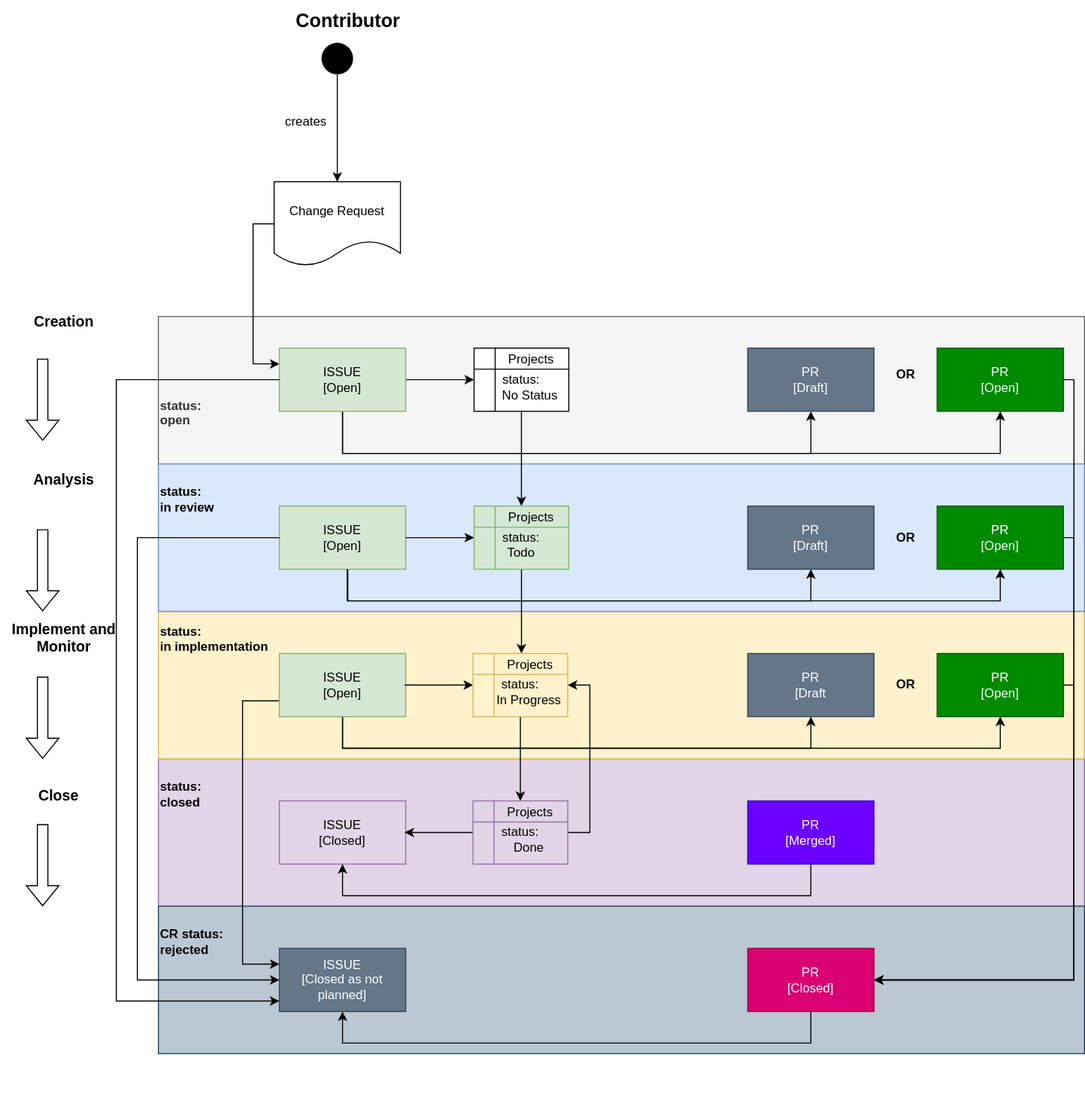
The draw.io diagram main/_images/score_change_request_workflow_simple.drawio.svg in PiotrKorkus/reference_integration, before a commit. Source tidied: cells renumbered, new cells last; positions are measured from the earlier drawing's top-left corner, leaving out a move shared by most shapes.
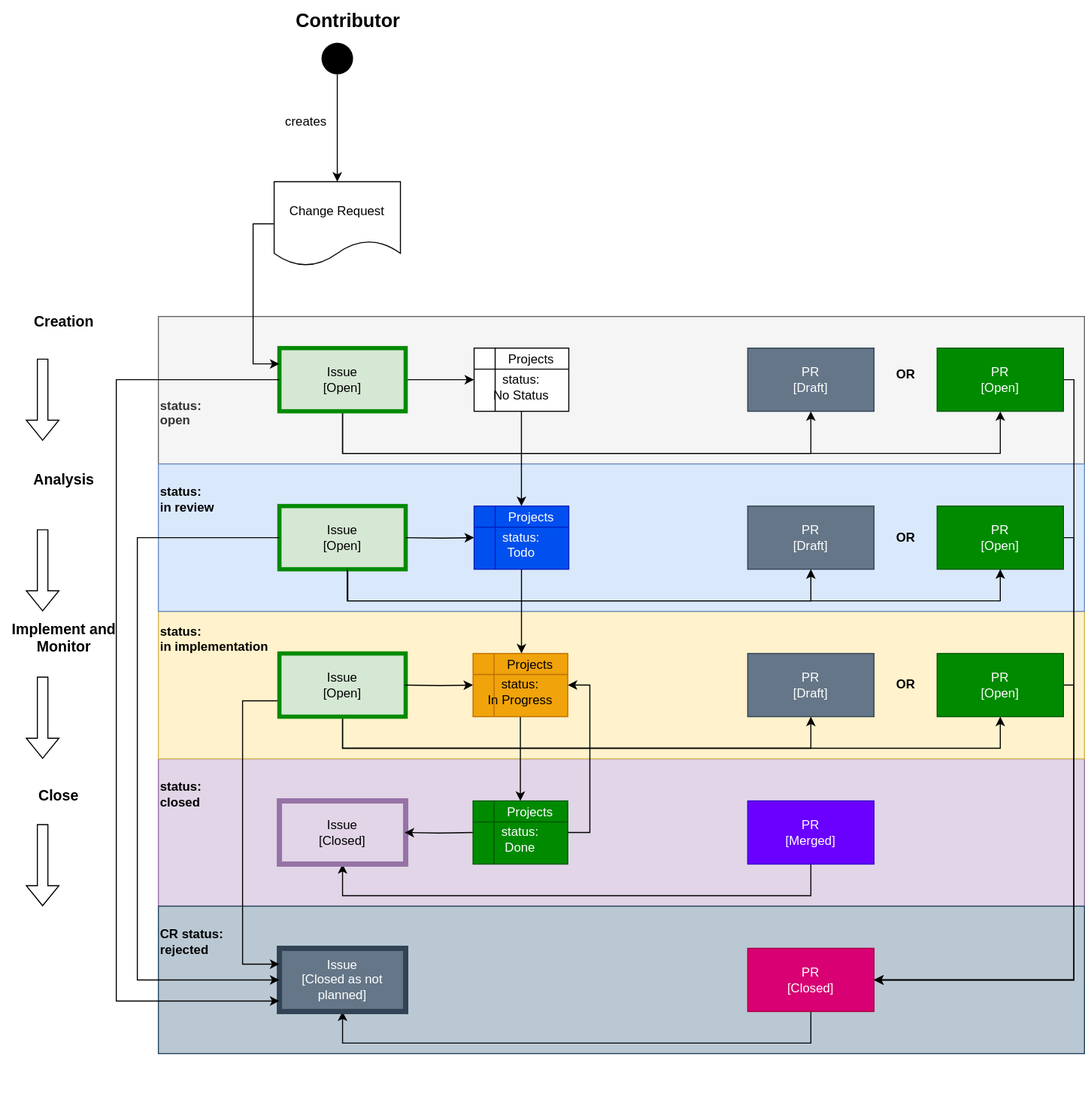
Later version of the same file.

The edit, as a diff of the source:
```diff
@@ -33,7 +33,7 @@
         </Array>
       </mxGeometry>
     </mxCell>
-    <mxCell id="9" value="ISSUE&lt;br&gt;[Open]" style="rounded=0;whiteSpace=wrap;html=1;fillColor=#d5e8d4;strokeColor=#82b366;" parent="1" vertex="1">
+    <mxCell id="9" value="Issue&lt;br&gt;[Open]" style="rounded=0;whiteSpace=wrap;html=1;fillColor=#d5e8d4;strokeColor=#008A00;strokeWidth=4;" parent="1" vertex="1">
       <mxGeometry x="265" y="330" width="120" height="60" as="geometry" />
     </mxCell>
     <mxCell id="10" style="edgeStyle=orthogonalEdgeStyle;rounded=0;jettySize=auto;html=1;exitX=0.5;exitY=1;exitDx=0;exitDy=0;entryX=0.5;entryY=0;entryDx=0;entryDy=0;" parent="1" edge="1" source="12" target="15">
@@ -62,7 +62,7 @@
         </Array>
       </mxGeometry>
     </mxCell>
-    <mxCell id="17" value="ISSUE&lt;br&gt;[Closed]" style="rounded=0;whiteSpace=wrap;html=1;fillColor=#e1d5e7;strokeColor=#9673a6;" parent="1" vertex="1">
+    <mxCell id="17" value="Issue&lt;br&gt;[Closed]" style="rounded=0;whiteSpace=wrap;html=1;fillColor=#e1d5e7;strokeColor=#9673a6;strokeWidth=5;" parent="1" vertex="1">
       <mxGeometry x="265" y="760" width="120" height="60" as="geometry" />
     </mxCell>
     <mxCell id="18" style="edgeStyle=orthogonalEdgeStyle;rounded=0;jettySize=auto;html=1;entryX=0.5;entryY=1;entryDx=0;entryDy=0;" parent="1" edge="1" source="19" target="57">
@@ -73,7 +73,7 @@
         </Array>
       </mxGeometry>
     </mxCell>
-    <mxCell id="19" value="ISSUE&lt;br&gt;[Open]" style="rounded=0;whiteSpace=wrap;html=1;fillColor=#d5e8d4;strokeColor=#82b366;" parent="1" vertex="1">
+    <mxCell id="19" value="Issue&lt;br&gt;[Open]" style="rounded=0;whiteSpace=wrap;html=1;fillColor=#d5e8d4;strokeColor=#008A00;strokeWidth=4;" parent="1" vertex="1">
       <mxGeometry x="265" y="480" width="120" height="60" as="geometry" />
     </mxCell>
     <mxCell id="20" value="&lt;br&gt;&lt;br&gt;&lt;br&gt;&lt;br&gt;&lt;br&gt;CR status:&lt;br&gt;rejected&lt;br&gt;&lt;br&gt;&lt;br&gt;&lt;br&gt;&lt;br&gt;&lt;br&gt;&lt;br&gt;&lt;br&gt;&lt;br&gt;&lt;br&gt;&lt;div style=&quot;&quot;&gt;&lt;br&gt;&lt;/div&gt;" style="rounded=0;whiteSpace=wrap;html=1;fillColor=#bac8d3;strokeColor=#23445d;align=left;fontStyle=1;" parent="1" vertex="1">
@@ -87,7 +87,7 @@
         </Array>
       </mxGeometry>
     </mxCell>
-    <mxCell id="22" value="ISSUE&lt;br&gt;[Closed as not planned]" style="rounded=0;whiteSpace=wrap;html=1;fillColor=#647687;strokeColor=#314354;fontColor=#ffffff;" parent="1" vertex="1">
+    <mxCell id="22" value="Issue&lt;br&gt;[Closed as not planned]" style="rounded=0;whiteSpace=wrap;html=1;fillColor=#647687;strokeColor=#314354;fontColor=#ffffff;strokeWidth=5;" parent="1" vertex="1">
       <mxGeometry x="265" y="900" width="120" height="60" as="geometry" />
     </mxCell>
     <mxCell id="23" style="edgeStyle=orthogonalEdgeStyle;rounded=0;jettySize=auto;html=1;entryX=0.371;entryY=0.133;entryDx=0;entryDy=0;entryPerimeter=0;" parent="1" edge="1" source="24" target="29">
@@ -107,10 +107,10 @@
     <mxCell id="27" style="edgeStyle=orthogonalEdgeStyle;rounded=0;jettySize=auto;html=1;entryX=0.386;entryY=0.133;entryDx=0;entryDy=0;entryPerimeter=0;" parent="1" edge="1" source="28" target="37">
       <mxGeometry relative="1" as="geometry" />
     </mxCell>
-    <mxCell id="28" value="&lt;br&gt;status:&lt;br&gt;Todo" style="shape=internalStorage;whiteSpace=wrap;html=1;backgroundOutline=1;fillColor=#d5e8d4;strokeColor=#82b366;" parent="1" vertex="1">
+    <mxCell id="28" value="&lt;br&gt;status:&lt;br&gt;Todo" style="shape=internalStorage;whiteSpace=wrap;html=1;backgroundOutline=1;fillColor=#0050ef;strokeColor=#001DBC;fontColor=#ffffff;" parent="1" vertex="1">
       <mxGeometry x="450" y="480" width="90" height="60" as="geometry" />
     </mxCell>
-    <mxCell id="29" value="Projects" style="text;html=1;align=center;verticalAlign=middle;points=[];strokeColor=none;fillColor=none;" parent="1" vertex="1">
+    <mxCell id="29" value="Projects" style="text;html=1;align=center;verticalAlign=middle;points=[];strokeColor=none;fillColor=none;fontColor=#FFFFFF;" parent="1" vertex="1">
       <mxGeometry x="469" y="476" width="70" height="30" as="geometry" />
     </mxCell>
     <mxCell id="30" style="edgeStyle=orthogonalEdgeStyle;rounded=0;jettySize=auto;html=1;entryX=0;entryY=0.25;entryDx=0;entryDy=0;exitX=0;exitY=0.75;exitDx=0;exitDy=0;" parent="1" edge="1" source="33" target="22">
@@ -137,7 +137,7 @@
         </Array>
       </mxGeometry>
     </mxCell>
-    <mxCell id="33" value="ISSUE&lt;br&gt;[Open]" style="rounded=0;whiteSpace=wrap;html=1;fillColor=#d5e8d4;strokeColor=#82b366;" parent="1" vertex="1">
+    <mxCell id="33" value="Issue&lt;br&gt;[Open]" style="rounded=0;whiteSpace=wrap;html=1;fillColor=#d5e8d4;strokeColor=#008A00;strokeWidth=4;" parent="1" vertex="1">
       <mxGeometry x="265" y="620" width="120" height="60" as="geometry" />
     </mxCell>
     <mxCell id="34" style="edgeStyle=orthogonalEdgeStyle;rounded=0;jettySize=auto;html=1;" parent="1" edge="1" target="36">
@@ -148,7 +148,7 @@
     <mxCell id="35" style="edgeStyle=orthogonalEdgeStyle;rounded=0;jettySize=auto;html=1;entryX=0.371;entryY=0.133;entryDx=0;entryDy=0;entryPerimeter=0;" parent="1" edge="1" source="36" target="42">
       <mxGeometry relative="1" as="geometry" />
     </mxCell>
-    <mxCell id="36" value="&lt;br&gt;status:&lt;br&gt;&amp;nbsp; &amp;nbsp; &amp;nbsp;In Progress" style="shape=internalStorage;whiteSpace=wrap;html=1;backgroundOutline=1;fillColor=#fff2cc;strokeColor=#d6b656;" parent="1" vertex="1">
+    <mxCell id="36" value="&lt;br&gt;status:&lt;br&gt;&amp;nbsp; &amp;nbsp; &amp;nbsp;In Progress" style="shape=internalStorage;whiteSpace=wrap;html=1;backgroundOutline=1;fillColor=#f0a30a;strokeColor=#BD7000;fontColor=#000000;" parent="1" vertex="1">
       <mxGeometry x="449" y="620" width="90" height="60" as="geometry" />
     </mxCell>
     <mxCell id="37" value="Projects" style="text;html=1;align=center;verticalAlign=middle;points=[];strokeColor=none;fillColor=none;" parent="1" vertex="1">
@@ -175,10 +175,10 @@
         </Array>
       </mxGeometry>
     </mxCell>
-    <mxCell id="41" value="&lt;br&gt;status:&lt;br&gt;&amp;nbsp; &amp;nbsp; &amp;nbsp;Done" style="shape=internalStorage;whiteSpace=wrap;html=1;backgroundOutline=1;fillColor=#e1d5e7;strokeColor=#9673a6;" parent="1" vertex="1">
+    <mxCell id="41" value="&lt;br&gt;status:&lt;br&gt;&amp;nbsp; &amp;nbsp; &amp;nbsp;Done" style="shape=internalStorage;whiteSpace=wrap;html=1;backgroundOutline=1;fillColor=#008a00;strokeColor=#005700;fontColor=#ffffff;" parent="1" vertex="1">
       <mxGeometry x="449" y="760" width="90" height="60" as="geometry" />
     </mxCell>
-    <mxCell id="42" value="Projects" style="text;html=1;align=center;verticalAlign=middle;points=[];strokeColor=none;fillColor=none;" parent="1" vertex="1">
+    <mxCell id="42" value="Projects" style="text;html=1;align=center;verticalAlign=middle;points=[];fontColor=#FFFFFF;" parent="1" vertex="1">
       <mxGeometry x="468" y="756" width="70" height="30" as="geometry" />
     </mxCell>
     <mxCell id="43" style="shape=flexArrow;endArrow=classic;html=1;rounded=0;" parent="1" edge="1">
@@ -286,7 +286,7 @@
     <mxCell id="64" value="PR&lt;br&gt;[Open]" style="rounded=0;whiteSpace=wrap;html=1;fillColor=#008a00;fontColor=#ffffff;strokeColor=#005700;" parent="1" vertex="1">
       <mxGeometry x="890" y="620" width="120" height="60" as="geometry" />
     </mxCell>
-    <mxCell id="65" value="PR&lt;br&gt;[Draft" style="rounded=0;whiteSpace=wrap;html=1;fillColor=#647687;fontColor=#ffffff;strokeColor=#314354;" parent="1" vertex="1">
+    <mxCell id="65" value="PR&lt;br&gt;[Draft]" style="rounded=0;whiteSpace=wrap;html=1;fillColor=#647687;fontColor=#ffffff;strokeColor=#314354;" parent="1" vertex="1">
       <mxGeometry x="710" y="620" width="120" height="60" as="geometry" />
     </mxCell>
     <mxCell id="66" value="OR" style="text;html=1;align=center;verticalAlign=middle;strokeColor=none;fillColor=none;fontStyle=1;" parent="1" vertex="1">
```
